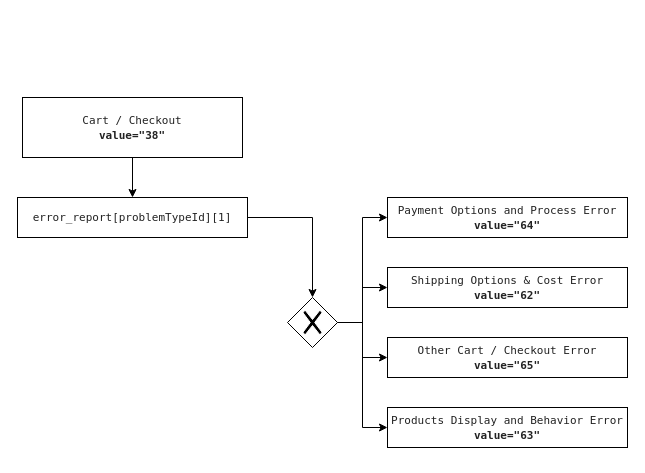
This is page "Cart / Checkout" (2 of 11) of report-error.drawio from yvelio/test, a draw.io file, before an edit. Source tidied: cells renumbered, new cells numbered last; positions are measured from the earlier drawing's top-left corner, leaving out a move shared by most shapes. Both pictures are drawn from the tidied source at 100%, with x=0, y=0 at pixel (17, 97).
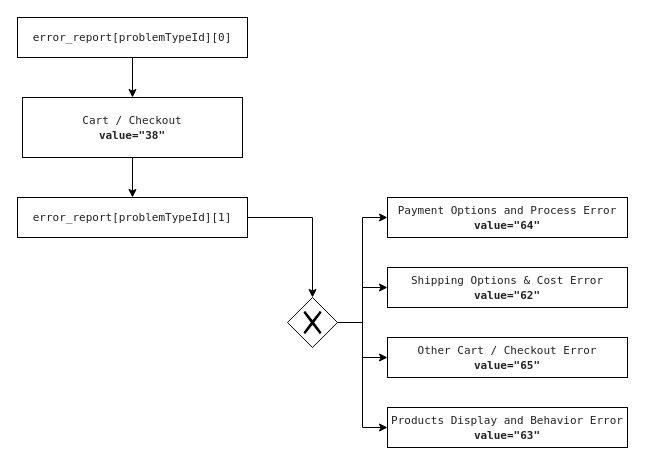
After the change.

The edit, as a diff of the source:
```diff
@@
 <mxGraphModel>
   <root>
     <mxCell id="0" />
     <mxCell id="1" parent="0" />
     <mxCell id="2" style="edgeStyle=orthogonalEdgeStyle;rounded=0;jettySize=auto;html=1;entryX=0.5;entryY=0;entryDx=0;entryDy=0;" parent="1" edge="1" source="3" target="12">
       <mxGeometry relative="1" as="geometry" />
     </mxCell>
     <mxCell id="3" value="&lt;span style=&quot;color: rgb(34 , 34 , 34) ; font-family: &amp;#34;menlo&amp;#34; , monospace ; font-size: 11px ; text-align: left ; background-color: rgb(255 , 255 , 255)&quot;&gt;error_report[problemTypeId][1]&lt;/span&gt;" style="whiteSpace=wrap;html=1;" parent="1" vertex="1">
       <mxGeometry y="100" width="230" height="40" as="geometry" />
     </mxCell>
     <mxCell id="4" value="&lt;span style=&quot;text-align: left ; background-color: rgb(255 , 255 , 255)&quot;&gt;&lt;font color=&quot;#222222&quot; face=&quot;menlo, monospace&quot;&gt;&lt;span style=&quot;font-size: 11px&quot;&gt;Payment Options and Process Error&lt;/span&gt;&lt;/font&gt;&lt;br&gt;&lt;font color=&quot;#222222&quot; face=&quot;menlo, monospace&quot;&gt;&lt;span style=&quot;font-size: 11px&quot;&gt;&lt;b&gt;value=&quot;64&quot;&lt;/b&gt;&lt;/span&gt;&lt;/font&gt;&lt;br&gt;     &lt;/span&gt;" style="whiteSpace=wrap;html=1;" parent="1" vertex="1">
       <mxGeometry x="370" y="100" width="240" height="40" as="geometry" />
     </mxCell>
     <mxCell id="5" value="&lt;span style=&quot;text-align: left ; background-color: rgb(255 , 255 , 255)&quot;&gt;&lt;font color=&quot;#222222&quot; face=&quot;menlo, monospace&quot;&gt;&lt;span style=&quot;font-size: 11px&quot;&gt;Shipping Options &amp;amp; Cost Error&lt;/span&gt;&lt;/font&gt;&lt;br&gt;&lt;font color=&quot;#222222&quot; face=&quot;menlo, monospace&quot;&gt;&lt;span style=&quot;font-size: 11px&quot;&gt;&lt;b&gt;value=&quot;62&quot;&lt;/b&gt;&lt;/span&gt;&lt;/font&gt;&lt;br&gt;&lt;/span&gt;" style="whiteSpace=wrap;html=1;" parent="1" vertex="1">
       <mxGeometry x="370" y="170" width="240" height="40" as="geometry" />
     </mxCell>
     <mxCell id="6" value="&lt;span style=&quot;text-align: left ; background-color: rgb(255 , 255 , 255)&quot;&gt;&lt;font color=&quot;#222222&quot; face=&quot;menlo, monospace&quot;&gt;&lt;span style=&quot;font-size: 11px&quot;&gt;Other Cart / Checkout Error&lt;/span&gt;&lt;/font&gt;&lt;br&gt;&lt;font color=&quot;#222222&quot; face=&quot;menlo, monospace&quot;&gt;&lt;span style=&quot;font-size: 11px&quot;&gt;&lt;b&gt;value=&quot;65&quot;&lt;/b&gt;&lt;/span&gt;&lt;/font&gt;&lt;br&gt;&lt;/span&gt;" style="whiteSpace=wrap;html=1;" parent="1" vertex="1">
       <mxGeometry x="370" y="240" width="240" height="40" as="geometry" />
     </mxCell>
     <mxCell id="7" value="&lt;span style=&quot;text-align: left ; background-color: rgb(255 , 255 , 255)&quot;&gt;&lt;font color=&quot;#222222&quot; face=&quot;menlo, monospace&quot;&gt;&lt;span style=&quot;font-size: 11px&quot;&gt;Products Display and Behavior Error&lt;/span&gt;&lt;/font&gt;&lt;br&gt;&lt;font color=&quot;#222222&quot; face=&quot;menlo, monospace&quot;&gt;&lt;span style=&quot;font-size: 11px&quot;&gt;&lt;b&gt;value=&quot;63&quot;&lt;/b&gt;&lt;/span&gt;&lt;/font&gt;&lt;br&gt;&lt;/span&gt;" style="whiteSpace=wrap;html=1;" parent="1" vertex="1">
       <mxGeometry x="370" y="310" width="240" height="40" as="geometry" />
     </mxCell>
     <mxCell id="8" style="edgeStyle=orthogonalEdgeStyle;rounded=0;jettySize=auto;html=1;entryX=0;entryY=0.5;entryDx=0;entryDy=0;" parent="1" edge="1" source="12" target="4">
       <mxGeometry relative="1" as="geometry" />
     </mxCell>
     <mxCell id="9" style="edgeStyle=orthogonalEdgeStyle;rounded=0;jettySize=auto;html=1;entryX=0;entryY=0.5;entryDx=0;entryDy=0;" parent="1" edge="1" source="12" target="5">
       <mxGeometry relative="1" as="geometry" />
     </mxCell>
     <mxCell id="10" style="edgeStyle=orthogonalEdgeStyle;rounded=0;jettySize=auto;html=1;entryX=0;entryY=0.5;entryDx=0;entryDy=0;" parent="1" edge="1" source="12" target="6">
       <mxGeometry relative="1" as="geometry" />
     </mxCell>
     <mxCell id="11" style="edgeStyle=orthogonalEdgeStyle;rounded=0;jettySize=auto;html=1;entryX=0;entryY=0.5;entryDx=0;entryDy=0;" parent="1" edge="1" source="12" target="7">
       <mxGeometry relative="1" as="geometry" />
     </mxCell>
     <mxCell id="12" style="shape=mxgraph.bpmn.shape;html=1;verticalLabelPosition=bottom;labelBackgroundColor=#ffffff;verticalAlign=top;align=center;perimeter=rhombusPerimeter;background=gateway;outlineConnect=0;outline=none;symbol=exclusiveGw;" parent="1" vertex="1">
       <mxGeometry x="270" y="200" width="50" height="50" as="geometry" />
     </mxCell>
     <mxCell id="13" style="edgeStyle=orthogonalEdgeStyle;rounded=0;orthogonalLoop=1;jettySize=auto;html=1;exitX=0.5;exitY=1;exitDx=0;exitDy=0;" parent="1" edge="1" source="7" target="7">
       <mxGeometry relative="1" as="geometry" />
     </mxCell>
     <mxCell id="14" style="edgeStyle=none;rounded=0;jettySize=auto;html=1;" parent="1" edge="1" source="15" target="3">
       <mxGeometry relative="1" as="geometry" />
     </mxCell>
     <mxCell id="15" value="&lt;span style=&quot;color: rgb(34 , 34 , 34) ; font-family: &amp;#34;menlo&amp;#34; , monospace ; font-size: 11px ; text-align: left ; background-color: rgb(255 , 255 , 255)&quot;&gt;Cart / Checkout&lt;br&gt;&lt;/span&gt;&lt;b style=&quot;color: rgb(34 , 34 , 34) ; font-family: &amp;#34;menlo&amp;#34; , monospace ; font-size: 11px ; text-align: left ; background-color: rgb(255 , 255 , 255)&quot;&gt;value=&quot;38&quot;&lt;/b&gt;&lt;span style=&quot;color: rgb(34 , 34 , 34) ; font-family: &amp;#34;menlo&amp;#34; , monospace ; font-size: 11px ; text-align: left ; background-color: rgb(255 , 255 , 255)&quot;&gt;&lt;br&gt;&lt;/span&gt;" style="rounded=0;whiteSpace=wrap;html=1;" parent="1" vertex="1">
       <mxGeometry x="5" width="220" height="60" as="geometry" />
     </mxCell>
+    <mxCell id="16" style="edgeStyle=orthogonalEdgeStyle;rounded=0;jettySize=auto;html=1;" parent="1" edge="1" source="17" target="15">
+      <mxGeometry relative="1" as="geometry" />
+    </mxCell>
+    <mxCell id="17" value="&lt;span style=&quot;color: rgb(34 , 34 , 34) ; font-family: &amp;#34;menlo&amp;#34; , monospace ; font-size: 11px ; text-align: left ; background-color: rgb(255 , 255 , 255)&quot;&gt;error_report[problemTypeId][0]&lt;/span&gt;" style="whiteSpace=wrap;html=1;" parent="1" vertex="1">
+      <mxGeometry y="-80" width="230" height="40" as="geometry" />
+    </mxCell>
   </root>
 </mxGraphModel>
```
